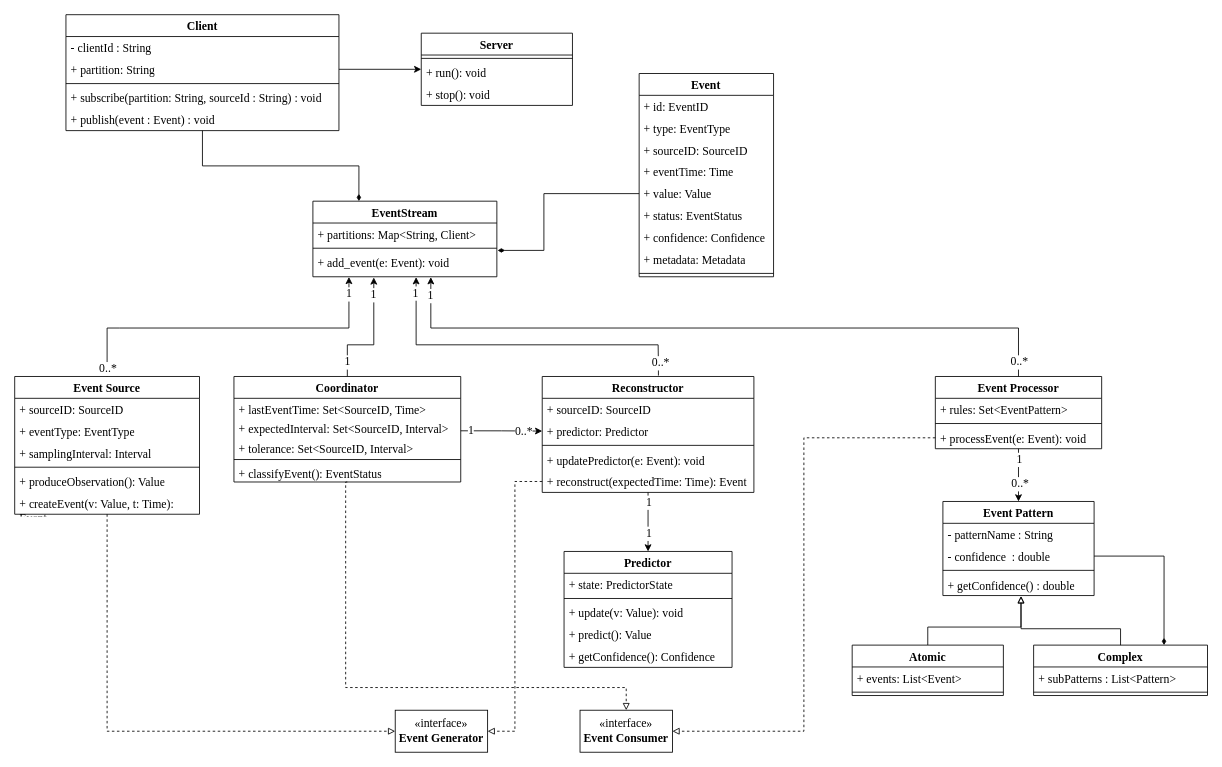
Before: docs/Diagrams/UML Model.drawio in faith176/sots_kalman_filters, a draw.io diagram. Source tidied: cells renumbered, new cells numbered last; positions are measured from the earlier drawing's top-left corner, leaving out a move shared by most shapes. Both pictures are drawn from the tidied source at 84%, with x=0, y=0 at pixel (14, 14).
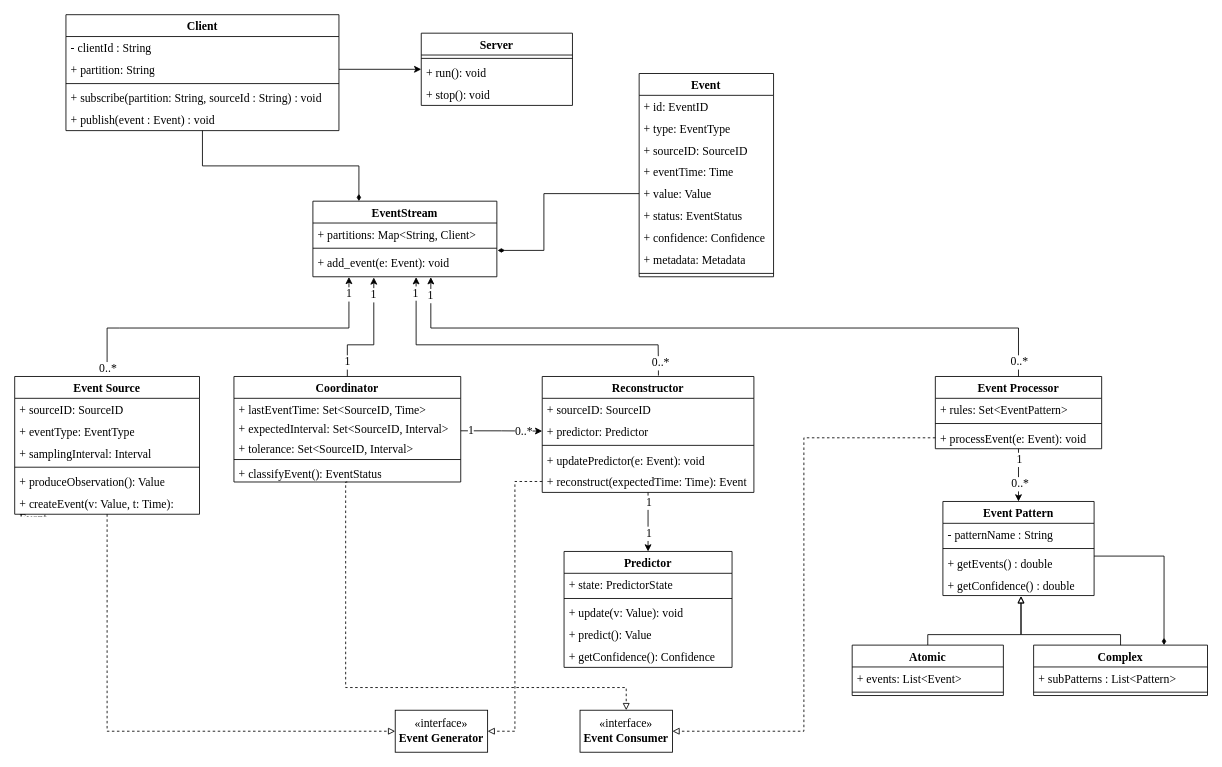
The same diagram, later.

Unchanged cells that the change refers to:
```xml
<mxCell id="63" value="Atomic" style="swimlane;fontStyle=1;align=center;verticalAlign=top;horizontal=1;startSize=26;whiteSpace=wrap;html=1;fontFamily=Times New Roman;fontSize=14;" parent="1" vertex="1">
  <mxGeometry x="997" y="750.5" width="180" height="60" as="geometry" />
</mxCell>
<mxCell id="66" value="Complex" style="swimlane;fontStyle=1;align=center;verticalAlign=top;horizontal=1;startSize=26;whiteSpace=wrap;html=1;fontFamily=Times New Roman;fontSize=14;" parent="1" vertex="1">
  <mxGeometry x="1213" y="750.5" width="207" height="60" as="geometry" />
</mxCell>
<mxCell id="80" value="Event Pattern" style="swimlane;fontStyle=1;align=center;verticalAlign=top;horizontal=1;startSize=26;whiteSpace=wrap;html=1;fontFamily=Times New Roman;fontSize=14;" parent="1" vertex="1">
  <mxGeometry x="1105" y="579.5" width="180" height="112" as="geometry" />
</mxCell>
<mxCell id="84" value="+ getConfidence() : double" style="text;strokeColor=none;fillColor=none;align=left;verticalAlign=top;spacingLeft=4;spacingRight=4;overflow=hidden;points=[[0,0.5],[1,0.5]];portConstraint=eastwest;whiteSpace=wrap;html=1;fontFamily=Times New Roman;fontSize=14;" parent="80" vertex="1">
  <mxGeometry y="86" width="180" height="26" as="geometry" />
</mxCell>
```

What changed in the source:
```diff
@@
     <mxCell id="62" style="edgeStyle=orthogonalEdgeStyle;rounded=0;jettySize=auto;html=1;exitX=0.5;exitY=0;exitDx=0;exitDy=0;entryX=0.516;entryY=1.037;entryDx=0;entryDy=0;entryPerimeter=0;endArrow=block;endFill=0;fontFamily=Times New Roman;fontSize=14;" parent="1" edge="1" source="63" target="84">
       <mxGeometry relative="1" as="geometry">
         <Array as="points">
-          <mxPoint x="1087" y="729" />
-          <mxPoint x="1198" y="729" />
+          <mxPoint x="1087" y="738" />
+          <mxPoint x="1198" y="738" />
         </Array>
       </mxGeometry>
     </mxCell>
@@
-    <mxCell id="82" value="- confidence&amp;nbsp; : double" style="text;strokeColor=none;fillColor=none;align=left;verticalAlign=top;spacingLeft=4;spacingRight=4;overflow=hidden;points=[[0,0.5],[1,0.5]];portConstraint=eastwest;whiteSpace=wrap;html=1;fontFamily=Times New Roman;fontSize=14;" parent="80" vertex="1">
-      <mxGeometry y="52" width="180" height="26" as="geometry" />
-    </mxCell>
     <mxCell id="83" style="line;strokeWidth=1;fillColor=none;align=left;verticalAlign=middle;spacingTop=-1;spacingLeft=3;spacingRight=3;labelPosition=right;strokeColor=inherit;fontFamily=Times New Roman;fontSize=14;" parent="80" vertex="1">
-      <mxGeometry y="78" width="180" height="8" as="geometry" />
+      <mxGeometry y="52" width="180" height="8" as="geometry" />
     </mxCell>
+    <mxCell id="99" value="&lt;span style=&quot;font-family: &amp;quot;Times New Roman&amp;quot;; font-size: 14px;&quot;&gt;+ getEvents() : double&lt;/span&gt;" style="text;strokeColor=none;fillColor=none;align=left;verticalAlign=top;spacingLeft=4;spacingRight=4;overflow=hidden;whiteSpace=wrap;html=1;" parent="80" vertex="1">
+      <mxGeometry y="60" width="180" height="26" as="geometry" />
+    </mxCell>
@@
-    <mxCell id="94" style="edgeStyle=orthogonalEdgeStyle;rounded=0;jettySize=auto;html=1;exitX=1;exitY=0.5;exitDx=0;exitDy=0;entryX=0.75;entryY=0;entryDx=0;entryDy=0;endArrow=diamondThin;endFill=1;fontFamily=Times New Roman;fontSize=14;" parent="1" edge="1" source="82" target="66">
-      <mxGeometry relative="1" as="geometry" />
+    <mxCell id="94" style="edgeStyle=orthogonalEdgeStyle;rounded=0;jettySize=auto;html=1;exitX=1;exitY=0.5;exitDx=0;exitDy=0;entryX=0.75;entryY=0;entryDx=0;entryDy=0;endArrow=diamondThin;endFill=1;fontFamily=Times New Roman;fontSize=14;" parent="1" edge="1" target="66">
+      <mxGeometry relative="1" as="geometry">
+        <mxPoint x="1285" y="644.5" as="sourcePoint" />
+        <Array as="points">
+          <mxPoint x="1368" y="645" />
+        </Array>
+      </mxGeometry>
     </mxCell>
     <mxCell id="95" style="edgeStyle=orthogonalEdgeStyle;rounded=0;jettySize=auto;html=1;exitX=0.5;exitY=0;exitDx=0;exitDy=0;endArrow=block;endFill=0;entryX=0.517;entryY=1.022;entryDx=0;entryDy=0;entryPerimeter=0;fontFamily=Times New Roman;fontSize=14;" parent="1" edge="1" source="66" target="84">
       <mxGeometry relative="1" as="geometry">
         <Array as="points">
-          <mxPoint x="1317" y="731" />
-          <mxPoint x="1198" y="731" />
+          <mxPoint x="1317" y="738" />
+          <mxPoint x="1198" y="738" />
         </Array>
       </mxGeometry>
     </mxCell>
```
